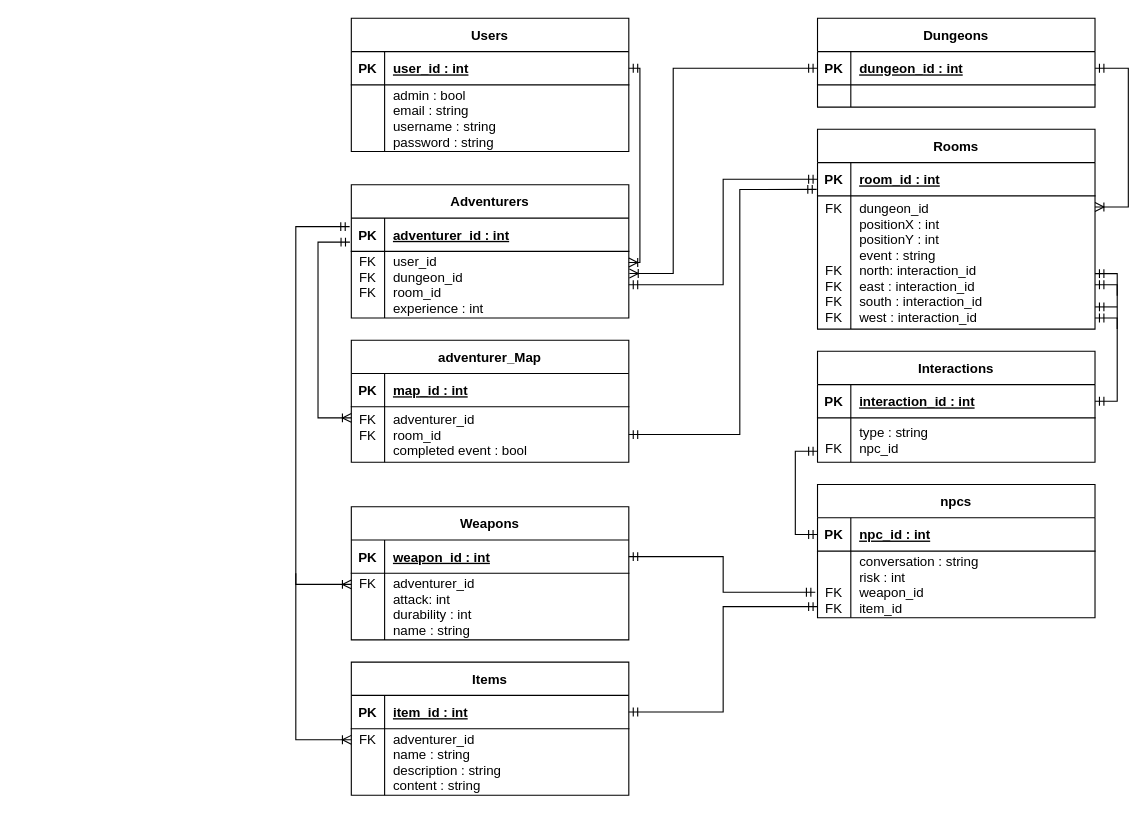
Thomas-Molen/FHICT-S3-IP keeps this draw.io diagram as Documentation/Diagrams/ERD.drawio. Above is the earlier version. Source tidied: cells renumbered, new cells numbered last; positions are measured from the earlier drawing's top-left corner, leaving out a move shared by most shapes. Both pictures are drawn from the tidied source at 111%, with x=0, y=0 at pixel (295, 18).
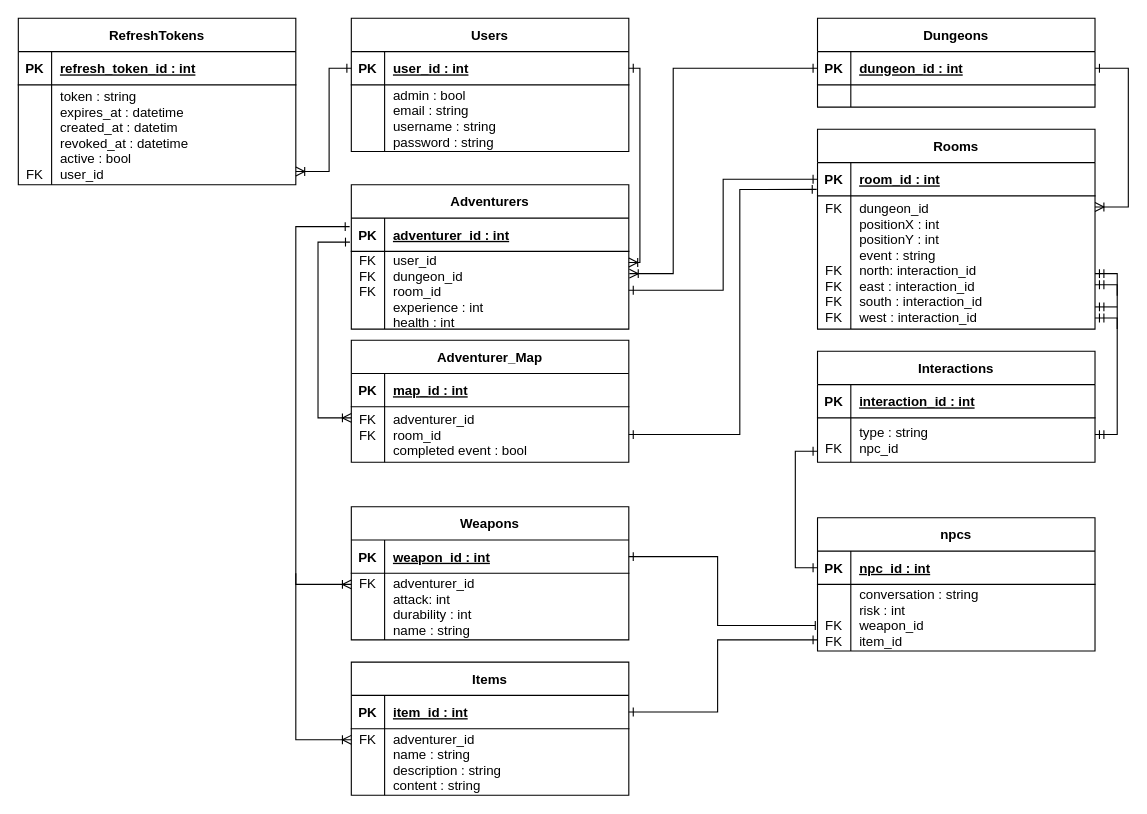
The same diagram, later.

The change refers to these unchanged cells:
```xml
<mxCell id="3" style="shape=partialRectangle;fillColor=none;points=[[0,0.5],[1,0.5]];portConstraint=eastwest;top=0;left=0;right=0;bottom=1;" parent="2" vertex="1">
  <mxGeometry y="30" width="250" height="30" as="geometry" />
</mxCell>
<mxCell id="10" style="shape=partialRectangle;fillColor=none;points=[[0,0.5],[1,0.5]];portConstraint=eastwest;top=0;left=0;right=0;bottom=1;" parent="9" vertex="1">
  <mxGeometry y="30" width="250" height="30" as="geometry" />
</mxCell>
<mxCell id="17" style="shape=partialRectangle;fillColor=none;points=[[0,0.5],[1,0.5]];portConstraint=eastwest;top=0;left=0;right=0;bottom=1;" parent="16" vertex="1">
  <mxGeometry y="30" width="250" height="30" as="geometry" />
</mxCell>
<mxCell id="20" style="shape=partialRectangle;fillColor=none;points=[[0,0.5],[1,0.5]];portConstraint=eastwest;top=0;left=0;right=0;bottom=0;" parent="16" vertex="1">
  <mxGeometry y="60" width="250" height="120" as="geometry" />
</mxCell>
<mxCell id="25" style="shape=partialRectangle;fillColor=none;points=[[0,0.5],[1,0.5]];portConstraint=eastwest;top=0;left=0;right=0;bottom=1;" parent="24" vertex="1">
  <mxGeometry y="30" width="250" height="30" as="geometry" />
</mxCell>
<mxCell id="32" style="shape=partialRectangle;fillColor=none;points=[[0,0.5],[1,0.5]];portConstraint=eastwest;top=0;left=0;right=0;bottom=1;" parent="31" vertex="1">
  <mxGeometry y="30" width="250" height="30" as="geometry" />
</mxCell>
<mxCell id="35" style="shape=partialRectangle;fillColor=none;points=[[0,0.5],[1,0.5]];portConstraint=eastwest;top=0;left=0;right=0;bottom=0;" parent="31" vertex="1">
  <mxGeometry y="60" width="250" height="60" as="geometry" />
</mxCell>
<mxCell id="39" style="shape=partialRectangle;fillColor=none;points=[[0,0.5],[1,0.5]];portConstraint=eastwest;top=0;left=0;right=0;bottom=1;" parent="38" vertex="1">
  <mxGeometry y="30" width="250" height="30" as="geometry" />
</mxCell>
<mxCell id="49" style="shape=partialRectangle;fillColor=none;points=[[0,0.5],[1,0.5]];portConstraint=eastwest;top=0;left=0;right=0;bottom=0;" parent="45" vertex="1">
  <mxGeometry y="60" width="250" height="50" as="geometry" />
</mxCell>
<mxCell id="52" value="Interactions" style="shape=table;startSize=30;childLayout=tableLayout;rowLines=0;fontStyle=1;align=center;" parent="1" vertex="1">
  <mxGeometry x="470" y="300" width="250" height="100" as="geometry" />
</mxCell>
<mxCell id="56" style="shape=partialRectangle;fillColor=none;points=[[0,0.5],[1,0.5]];portConstraint=eastwest;top=0;left=0;right=0;bottom=0;" parent="52" vertex="1">
  <mxGeometry y="60" width="250" height="40" as="geometry" />
</mxCell>
<mxCell id="60" style="shape=partialRectangle;fillColor=none;points=[[0,0.5],[1,0.5]];portConstraint=eastwest;top=0;left=0;right=0;bottom=1;" parent="59" vertex="1">
  <mxGeometry y="30" width="250" height="30" as="geometry" />
</mxCell>
<mxCell id="63" style="shape=partialRectangle;fillColor=none;points=[[0,0.5],[1,0.5]];portConstraint=eastwest;top=0;left=0;right=0;bottom=0;" parent="59" vertex="1">
  <mxGeometry y="60" width="250" height="60" as="geometry" />
</mxCell>
```

The edit, as a diff of the source:
```diff
@@
-    <mxCell id="23" style="edgeStyle=orthogonalEdgeStyle;rounded=0;jettySize=auto;html=1;startArrow=ERoneToMany;startFill=0;endArrow=ERmandOne;endFill=0;exitX=1.002;exitY=0.331;exitDx=0;exitDy=0;exitPerimeter=0;" parent="1" edge="1" source="28">
+    <mxCell id="23" style="edgeStyle=orthogonalEdgeStyle;rounded=0;jettySize=auto;html=1;startArrow=ERoneToMany;startFill=0;endArrow=ERone;endFill=0;exitX=1.002;exitY=0.286;exitDx=0;exitDy=0;exitPerimeter=0;" parent="1" edge="1" source="28">
       <mxGeometry relative="1" as="geometry">
         <mxPoint x="470" y="45" as="targetPoint" />
         <Array as="points">
           <mxPoint x="340" y="230" />
           <mxPoint x="340" y="45" />
-          <mxPoint x="470" y="45" />
         </Array>
       </mxGeometry>
     </mxCell>
     <mxCell id="24" value="Adventurers" style="shape=table;startSize=30;childLayout=tableLayout;rowLines=0;fontStyle=1;align=center;" parent="1" vertex="1">
-      <mxGeometry x="50" y="150" width="250" height="120" as="geometry" />
+      <mxGeometry x="50" y="150" width="250" height="130" as="geometry" />
     </mxCell>
@@
     <mxCell id="28" style="shape=partialRectangle;fillColor=none;points=[[0,0.5],[1,0.5]];portConstraint=eastwest;top=0;left=0;right=0;bottom=0;" parent="24" vertex="1">
-      <mxGeometry y="60" width="250" height="60" as="geometry" />
+      <mxGeometry y="60" width="250" height="70" as="geometry" />
     </mxCell>
-    <mxCell id="29" value="FK&#10;FK&#10;FK&#10;" style="shape=partialRectangle;overflow=hidden;fillColor=none;top=0;left=0;bottom=0;right=0;" parent="28" vertex="1">
-      <mxGeometry width="30" height="60" as="geometry" />
+    <mxCell id="29" value="FK&#10;FK&#10;FK&#10;&#10;" style="shape=partialRectangle;overflow=hidden;fillColor=none;top=0;left=0;bottom=0;right=0;" parent="28" vertex="1">
+      <mxGeometry width="30" height="70" as="geometry" />
     </mxCell>
-    <mxCell id="30" value="user_id&#10;dungeon_id&#10;room_id&#10;experience : int" style="shape=partialRectangle;overflow=hidden;fillColor=none;top=0;left=0;bottom=0;right=0;align=left;spacingLeft=6;" parent="28" vertex="1">
-      <mxGeometry x="30" width="220" height="60" as="geometry" />
+    <mxCell id="30" value="user_id&#10;dungeon_id&#10;room_id&#10;experience : int&#10;health : int" style="shape=partialRectangle;overflow=hidden;fillColor=none;top=0;left=0;bottom=0;right=0;align=left;spacingLeft=6;" parent="28" vertex="1">
+      <mxGeometry x="30" width="220" height="70" as="geometry" />
     </mxCell>
@@
-    <mxCell id="45" value="adventurer_Map" style="shape=table;startSize=30;childLayout=tableLayout;rowLines=0;fontStyle=1;align=center;" parent="1" vertex="1">
+    <mxCell id="45" value="Adventurer_Map" style="shape=table;startSize=30;childLayout=tableLayout;rowLines=0;fontStyle=1;align=center;" parent="1" vertex="1">
       <mxGeometry x="50" y="290" width="250" height="110" as="geometry" />
     </mxCell>
@@
-    <mxCell id="53" style="shape=partialRectangle;fillColor=none;points=[[0,0.5],[1,0.5]];portConstraint=eastwest;top=0;left=0;right=0;bottom=1;" parent="52" vertex="1">
-      <mxGeometry y="30" width="250" height="30" as="geometry" />
-    </mxCell>
-    <mxCell id="54" value="PK" style="shape=partialRectangle;overflow=hidden;fillColor=none;top=0;left=0;bottom=0;right=0;fontStyle=1;" parent="53" vertex="1">
-      <mxGeometry width="30" height="30" as="geometry" />
-    </mxCell>
+    <mxCell id="80" style="shape=partialRectangle;fillColor=none;top=0;left=0;right=0;bottom=1;" parent="52" vertex="1">
+      <mxGeometry y="30" width="250" height="30" as="geometry" />
+    </mxCell>
+    <mxCell id="81" value="PK" style="shape=partialRectangle;overflow=hidden;fillColor=none;top=0;left=0;bottom=0;right=0;fontStyle=1;" parent="80" vertex="1">
+      <mxGeometry width="30" height="30" as="geometry" />
+    </mxCell>
-    <mxCell id="55" value="interaction_id : int" style="shape=partialRectangle;overflow=hidden;fillColor=none;top=0;left=0;bottom=0;right=0;align=left;spacingLeft=6;fontStyle=5;" parent="53" vertex="1">
+    <mxCell id="55" value="interaction_id : int" style="shape=partialRectangle;overflow=hidden;fillColor=none;top=0;left=0;bottom=0;right=0;align=left;spacingLeft=6;fontStyle=5;" parent="80" vertex="1">
       <mxGeometry x="30" width="220" height="30" as="geometry" />
     </mxCell>
@@
     <mxCell id="59" value="npcs" style="shape=table;startSize=30;childLayout=tableLayout;rowLines=0;fontStyle=1;align=center;" parent="1" vertex="1">
-      <mxGeometry x="470" y="420" width="250" height="120" as="geometry" />
+      <mxGeometry x="470" y="450" width="250" height="120" as="geometry" />
     </mxCell>
@@
-    <mxCell id="66" style="edgeStyle=orthogonalEdgeStyle;rounded=0;jettySize=auto;html=1;startArrow=ERoneToMany;startFill=0;endArrow=ERmandOne;endFill=0;" parent="1" edge="1" source="28">
+    <mxCell id="66" style="edgeStyle=orthogonalEdgeStyle;rounded=0;jettySize=auto;html=1;startArrow=ERoneToMany;startFill=0;endArrow=ERone;endFill=0;" parent="1" edge="1" source="28">
       <mxGeometry relative="1" as="geometry">
         <mxPoint x="300" y="45" as="targetPoint" />
         <Array as="points">
           <mxPoint x="310" y="220" />
           <mxPoint x="310" y="45" />
         </Array>
       </mxGeometry>
     </mxCell>
-    <mxCell id="67" style="edgeStyle=orthogonalEdgeStyle;rounded=0;jettySize=auto;html=1;startArrow=ERmandOne;startFill=0;endArrow=ERoneToMany;endFill=0;" parent="1" edge="1" source="10">
+    <mxCell id="67" style="edgeStyle=orthogonalEdgeStyle;rounded=0;jettySize=auto;html=1;startArrow=ERone;startFill=0;endArrow=ERoneToMany;endFill=0;" parent="1" edge="1" source="10">
       <mxGeometry relative="1" as="geometry">
         <mxPoint x="720" y="170" as="targetPoint" />
         <Array as="points">
           <mxPoint x="750" y="45" />
           <mxPoint x="750" y="170" />
         </Array>
       </mxGeometry>
     </mxCell>
-    <mxCell id="68" style="edgeStyle=orthogonalEdgeStyle;rounded=0;jettySize=auto;html=1;entryX=0;entryY=0.5;entryDx=0;entryDy=0;startArrow=ERmandOne;startFill=0;endArrow=ERmandOne;endFill=0;" parent="1" edge="1" source="28" target="17">
+    <mxCell id="68" style="edgeStyle=orthogonalEdgeStyle;rounded=0;jettySize=auto;html=1;entryX=0;entryY=0.5;entryDx=0;entryDy=0;startArrow=ERone;startFill=0;endArrow=ERone;endFill=0;" parent="1" edge="1" source="28" target="17">
       <mxGeometry relative="1" as="geometry" />
     </mxCell>
-    <mxCell id="69" style="edgeStyle=orthogonalEdgeStyle;rounded=0;jettySize=auto;html=1;entryX=-0.005;entryY=0.72;entryDx=0;entryDy=0;startArrow=ERoneToMany;startFill=0;endArrow=ERmandOne;endFill=0;entryPerimeter=0;" parent="1" edge="1" source="49" target="25">
+    <mxCell id="69" style="edgeStyle=orthogonalEdgeStyle;rounded=0;jettySize=auto;html=1;entryX=-0.005;entryY=0.72;entryDx=0;entryDy=0;startArrow=ERoneToMany;startFill=0;endArrow=ERone;endFill=0;entryPerimeter=0;" parent="1" edge="1" source="49" target="25">
       <mxGeometry relative="1" as="geometry">
         <Array as="points">
           <mxPoint x="20" y="360" />
           <mxPoint x="20" y="202" />
           <mxPoint x="49" y="202" />
         </Array>
       </mxGeometry>
     </mxCell>
-    <mxCell id="70" style="edgeStyle=orthogonalEdgeStyle;rounded=0;jettySize=auto;html=1;entryX=-0.003;entryY=0.805;entryDx=0;entryDy=0;entryPerimeter=0;startArrow=ERmandOne;startFill=0;endArrow=ERmandOne;endFill=0;" parent="1" edge="1" source="49" target="17">
+    <mxCell id="70" style="edgeStyle=orthogonalEdgeStyle;rounded=0;jettySize=auto;html=1;entryX=-0.003;entryY=0.805;entryDx=0;entryDy=0;entryPerimeter=0;startArrow=ERone;startFill=0;endArrow=ERone;endFill=0;" parent="1" edge="1" source="49" target="17">
       <mxGeometry relative="1" as="geometry">
         <Array as="points">
           <mxPoint x="400" y="375" />
           <mxPoint x="400" y="154" />
         </Array>
       </mxGeometry>
     </mxCell>
-    <mxCell id="71" style="edgeStyle=orthogonalEdgeStyle;rounded=0;jettySize=auto;html=1;startArrow=ERoneToMany;startFill=0;endArrow=ERmandOne;endFill=0;entryX=-0.006;entryY=0.257;entryDx=0;entryDy=0;entryPerimeter=0;" parent="1" edge="1" source="35" target="25">
+    <mxCell id="71" style="edgeStyle=orthogonalEdgeStyle;rounded=0;jettySize=auto;html=1;startArrow=ERoneToMany;startFill=0;endArrow=ERone;endFill=0;entryX=-0.006;entryY=0.257;entryDx=0;entryDy=0;entryPerimeter=0;" parent="1" edge="1" source="35" target="25">
       <mxGeometry relative="1" as="geometry">
         <Array as="points">
           <mxPoint y="510" />
           <mxPoint y="188" />
         </Array>
       </mxGeometry>
     </mxCell>
@@
-    <mxCell id="73" style="edgeStyle=orthogonalEdgeStyle;rounded=0;jettySize=auto;html=1;entryX=1;entryY=0.5;entryDx=0;entryDy=0;startArrow=ERmandOne;startFill=0;endArrow=ERmandOne;endFill=0;" parent="1" edge="1" source="20" target="53">
+    <mxCell id="73" style="edgeStyle=orthogonalEdgeStyle;rounded=0;jettySize=auto;html=1;entryX=1;entryY=0.5;entryDx=0;entryDy=0;startArrow=ERmandOne;startFill=0;endArrow=ERmandOne;endFill=0;" parent="1" edge="1" source="20">
       <mxGeometry relative="1" as="geometry">
+        <mxPoint x="720" y="375" as="targetPoint" />
         <Array as="points">
           <mxPoint x="740" y="230" />
-          <mxPoint x="740" y="345" />
+          <mxPoint x="740" y="375" />
         </Array>
       </mxGeometry>
     </mxCell>
@@
-    <mxCell id="77" style="edgeStyle=orthogonalEdgeStyle;rounded=0;jettySize=auto;html=1;entryX=0;entryY=0.5;entryDx=0;entryDy=0;startArrow=ERmandOne;startFill=0;endArrow=ERmandOne;endFill=0;exitX=0;exitY=0.75;exitDx=0;exitDy=0;exitPerimeter=0;" parent="1" edge="1" source="56" target="60">
+    <mxCell id="77" style="edgeStyle=orthogonalEdgeStyle;rounded=0;jettySize=auto;html=1;entryX=0;entryY=0.5;entryDx=0;entryDy=0;startArrow=ERone;startFill=0;endArrow=ERone;endFill=0;exitX=0;exitY=0.75;exitDx=0;exitDy=0;exitPerimeter=0;" parent="1" edge="1" source="56" target="60">
       <mxGeometry relative="1" as="geometry">
         <Array as="points">
           <mxPoint x="450" y="390" />
-          <mxPoint x="450" y="465" />
+          <mxPoint x="450" y="495" />
         </Array>
       </mxGeometry>
     </mxCell>
-    <mxCell id="78" style="edgeStyle=orthogonalEdgeStyle;rounded=0;jettySize=auto;html=1;entryX=1;entryY=0.5;entryDx=0;entryDy=0;exitX=-0.008;exitY=0.617;exitDx=0;exitDy=0;exitPerimeter=0;startArrow=ERmandOne;startFill=0;endArrow=ERmandOne;endFill=0;" parent="1" edge="1" source="63" target="32">
-      <mxGeometry relative="1" as="geometry" />
+    <mxCell id="78" style="edgeStyle=orthogonalEdgeStyle;rounded=0;jettySize=auto;html=1;entryX=1;entryY=0.5;entryDx=0;entryDy=0;startArrow=baseDash;startFill=0;endArrow=ERone;endFill=0;" parent="1" edge="1" target="32">
+      <mxGeometry relative="1" as="geometry">
+        <mxPoint x="468" y="547" as="sourcePoint" />
+        <Array as="points">
+          <mxPoint x="380" y="547" />
+          <mxPoint x="380" y="485" />
+        </Array>
+      </mxGeometry>
     </mxCell>
-    <mxCell id="79" style="edgeStyle=orthogonalEdgeStyle;rounded=0;jettySize=auto;html=1;entryX=1;entryY=0.5;entryDx=0;entryDy=0;startArrow=ERmandOne;startFill=0;endArrow=ERmandOne;endFill=0;" parent="1" edge="1" source="63" target="39">
+    <mxCell id="79" style="edgeStyle=orthogonalEdgeStyle;rounded=0;jettySize=auto;html=1;entryX=1;entryY=0.5;entryDx=0;entryDy=0;startArrow=ERone;startFill=0;endArrow=ERone;endFill=0;" parent="1" edge="1" source="63" target="39">
       <mxGeometry relative="1" as="geometry">
         <Array as="points">
-          <mxPoint x="385" y="530" />
-          <mxPoint x="385" y="625" />
+          <mxPoint x="380" y="560" />
+          <mxPoint x="380" y="625" />
         </Array>
       </mxGeometry>
     </mxCell>
+    <mxCell id="82" value="RefreshTokens" style="shape=table;startSize=30;childLayout=tableLayout;rowLines=0;fontStyle=1;align=center;" parent="1" vertex="1">
+      <mxGeometry x="-250" width="250" height="150" as="geometry" />
+    </mxCell>
+    <mxCell id="83" style="shape=partialRectangle;fillColor=none;top=0;left=0;right=0;bottom=1;" parent="82" vertex="1">
+      <mxGeometry y="30" width="250" height="30" as="geometry" />
+    </mxCell>
+    <mxCell id="84" value="PK" style="shape=partialRectangle;overflow=hidden;fillColor=none;top=0;left=0;bottom=0;right=0;fontStyle=1;" parent="83" vertex="1">
+      <mxGeometry width="30" height="30" as="geometry" />
+    </mxCell>
+    <mxCell id="85" value="refresh_token_id : int" style="shape=partialRectangle;overflow=hidden;fillColor=none;top=0;left=0;bottom=0;right=0;align=left;spacingLeft=6;fontStyle=5;" parent="83" vertex="1">
+      <mxGeometry x="30" width="220" height="30" as="geometry" />
+    </mxCell>
+    <mxCell id="86" style="shape=partialRectangle;fillColor=none;points=[[0,0.5],[1,0.5]];portConstraint=eastwest;top=0;left=0;right=0;bottom=0;" parent="82" vertex="1">
+      <mxGeometry y="60" width="250" height="90" as="geometry" />
+    </mxCell>
+    <mxCell id="87" value="&#10;&#10;&#10;&#10;&#10;FK" style="shape=partialRectangle;overflow=hidden;fillColor=none;top=0;left=0;bottom=0;right=0;" parent="86" vertex="1">
+      <mxGeometry width="30" height="90" as="geometry" />
+    </mxCell>
+    <mxCell id="88" value="token : string&#10;expires_at : datetime&#10;created_at : datetim&#10;revoked_at : datetime&#10;active : bool&#10;user_id" style="shape=partialRectangle;overflow=hidden;fillColor=none;top=0;left=0;bottom=0;right=0;align=left;spacingLeft=6;" parent="86" vertex="1">
+      <mxGeometry x="30" width="220" height="90" as="geometry" />
+    </mxCell>
+    <mxCell id="89" style="edgeStyle=orthogonalEdgeStyle;rounded=0;jettySize=auto;html=1;entryX=0;entryY=0.5;entryDx=0;entryDy=0;startArrow=ERoneToMany;startFill=0;endArrow=ERone;endFill=0;exitX=1;exitY=0.867;exitDx=0;exitDy=0;exitPerimeter=0;" parent="1" edge="1" source="86" target="3">
+      <mxGeometry relative="1" as="geometry">
+        <Array as="points">
+          <mxPoint x="30" y="138" />
+          <mxPoint x="30" y="45" />
+        </Array>
+      </mxGeometry>
+    </mxCell>
```
